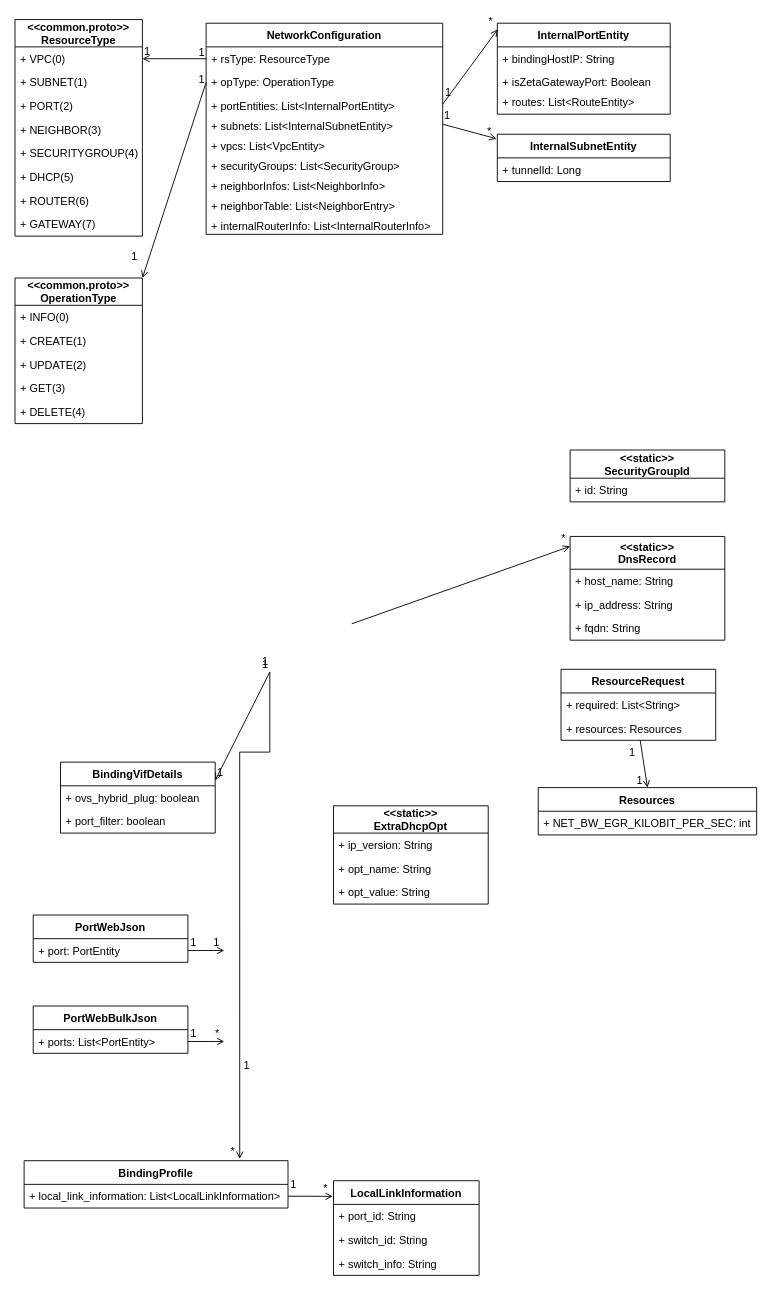
The draw.io diagram dpm.drawio in cj-chung/diagrams, before the edit. Source tidied: cells renumbered, new cells numbered last; positions are measured from the earlier drawing's top-left corner, leaving out a move shared by most shapes. Both pictures are drawn from the tidied source at 91%, with x=0, y=0 at pixel (15, 19).
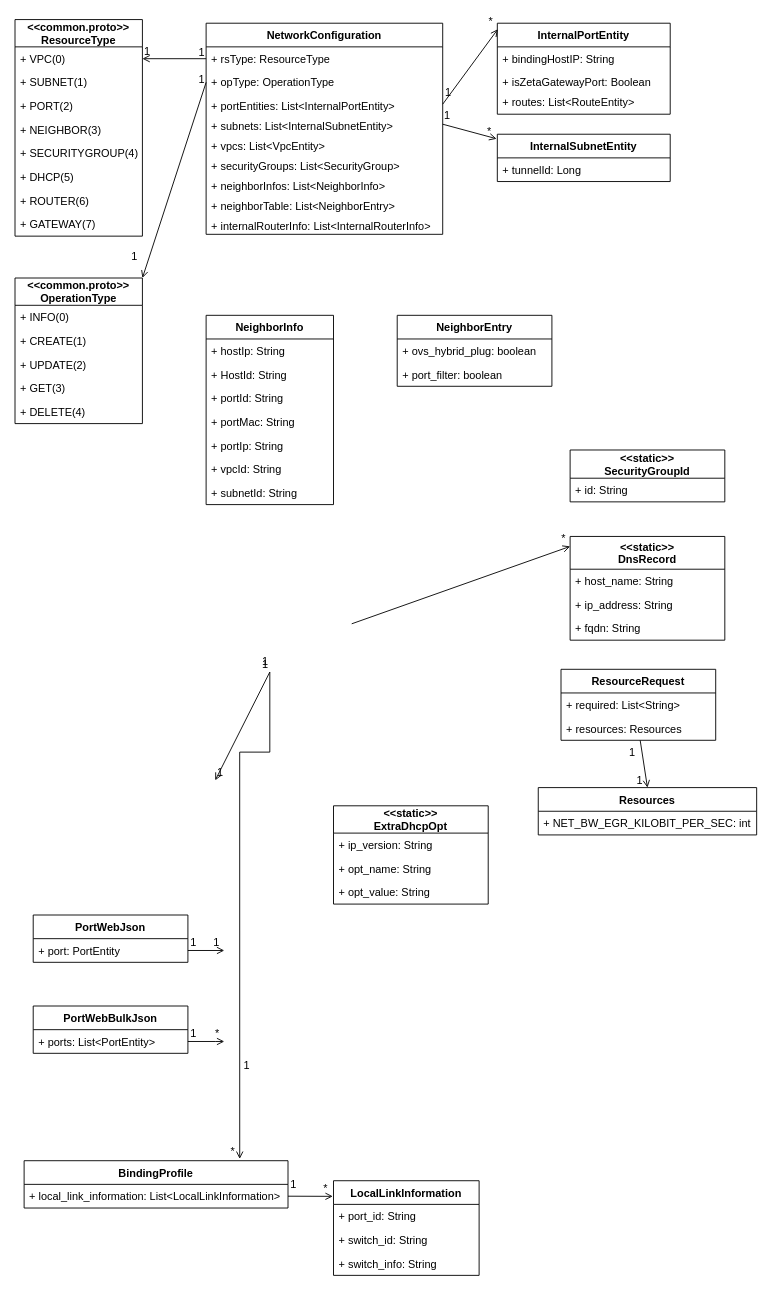
The same diagram, later.

Change to the diagram source:
```diff
@@
-    <mxCell id="53" value="BindingVifDetails" style="swimlane;fontStyle=1;horizontal=1;startSize=26;fillColor=none;" parent="1" vertex="1">
-      <mxGeometry x="50" y="816" width="170" height="78" as="geometry" />
+    <mxCell id="53" value="NeighborInfo" style="swimlane;fontStyle=1;horizontal=1;startSize=26;fillColor=none;" parent="1" vertex="1">
+      <mxGeometry x="210" y="325" width="140" height="208" as="geometry" />
     </mxCell>
-    <mxCell id="54" value="+ ovs_hybrid_plug: boolean" style="text;strokeColor=none;fillColor=none;align=left;verticalAlign=top;spacingLeft=4;spacingRight=4;overflow=hidden;" parent="53" vertex="1">
-      <mxGeometry y="26" width="170" height="26" as="geometry" />
+    <mxCell id="54" value="+ hostIp: String" style="text;strokeColor=none;fillColor=none;align=left;verticalAlign=top;spacingLeft=4;spacingRight=4;overflow=hidden;" parent="53" vertex="1">
+      <mxGeometry y="26" width="140" height="26" as="geometry" />
     </mxCell>
-    <mxCell id="55" value="+ port_filter: boolean" style="text;strokeColor=none;fillColor=none;align=left;verticalAlign=top;spacingLeft=4;spacingRight=4;overflow=hidden;" parent="53" vertex="1">
-      <mxGeometry y="52" width="170" height="26" as="geometry" />
+    <mxCell id="55" value="+ HostId: String" style="text;strokeColor=none;fillColor=none;align=left;verticalAlign=top;spacingLeft=4;spacingRight=4;overflow=hidden;" parent="53" vertex="1">
+      <mxGeometry y="52" width="140" height="26" as="geometry" />
     </mxCell>
+    <mxCell id="95" value="+ portId: String" style="text;strokeColor=none;fillColor=none;align=left;verticalAlign=top;spacingLeft=4;spacingRight=4;overflow=hidden;" parent="53" vertex="1">
+      <mxGeometry y="78" width="140" height="26" as="geometry" />
+    </mxCell>
+    <mxCell id="96" value="+ portMac: String" style="text;strokeColor=none;fillColor=none;align=left;verticalAlign=top;spacingLeft=4;spacingRight=4;overflow=hidden;" parent="53" vertex="1">
+      <mxGeometry y="104" width="140" height="26" as="geometry" />
+    </mxCell>
+    <mxCell id="97" value="+ portIp: String" style="text;strokeColor=none;fillColor=none;align=left;verticalAlign=top;spacingLeft=4;spacingRight=4;overflow=hidden;" parent="53" vertex="1">
+      <mxGeometry y="130" width="140" height="26" as="geometry" />
+    </mxCell>
+    <mxCell id="98" value="+ vpcId: String" style="text;strokeColor=none;fillColor=none;align=left;verticalAlign=top;spacingLeft=4;spacingRight=4;overflow=hidden;" parent="53" vertex="1">
+      <mxGeometry y="156" width="140" height="26" as="geometry" />
+    </mxCell>
+    <mxCell id="99" value="+ subnetId: String" style="text;strokeColor=none;fillColor=none;align=left;verticalAlign=top;spacingLeft=4;spacingRight=4;overflow=hidden;" parent="53" vertex="1">
+      <mxGeometry y="182" width="140" height="26" as="geometry" />
+    </mxCell>
@@
+    <mxCell id="100" value="NeighborEntry" style="swimlane;fontStyle=1;horizontal=1;startSize=26;fillColor=none;" parent="1" vertex="1">
+      <mxGeometry x="420" y="325" width="170" height="78" as="geometry" />
+    </mxCell>
+    <mxCell id="101" value="+ ovs_hybrid_plug: boolean" style="text;strokeColor=none;fillColor=none;align=left;verticalAlign=top;spacingLeft=4;spacingRight=4;overflow=hidden;" parent="100" vertex="1">
+      <mxGeometry y="26" width="170" height="26" as="geometry" />
+    </mxCell>
+    <mxCell id="102" value="+ port_filter: boolean" style="text;strokeColor=none;fillColor=none;align=left;verticalAlign=top;spacingLeft=4;spacingRight=4;overflow=hidden;" parent="100" vertex="1">
+      <mxGeometry y="52" width="170" height="26" as="geometry" />
+    </mxCell>
```
